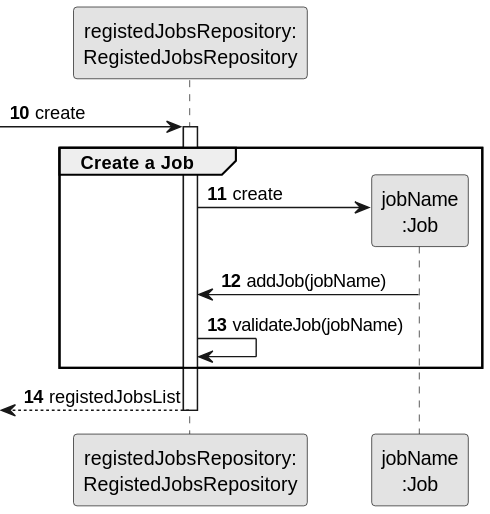
Earlier version of the PlantUML export docs/sprint2/us002/03.design/svg/us002-sequence-diagram-partial-create-job.svg (1231360-ISEP/lei-24-s2-1db-g021). Source of this version:
```plantuml
@startuml
skinparam monochrome true
skinparam packageStyle rectangle
skinparam shadowing false

participant "registedJobsRepository:\nRegistedJobsRepository" as RegistedJobsRepository
participant "jobName\n:Job" as PROFISSAO

autonumber 10
-> RegistedJobsRepository: create
activate RegistedJobsRepository

    group Create a Job

        RegistedJobsRepository -> PROFISSAO**: create
        PROFISSAO -> RegistedJobsRepository: addJob(jobName)

            RegistedJobsRepository -> RegistedJobsRepository: validateJob(jobName)

    end

    <-- RegistedJobsRepository : registedJobsList

deactivate RegistedJobsRepository
@enduml
```
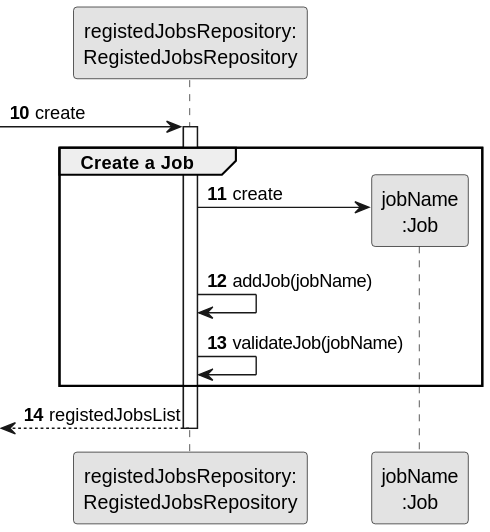
After the commit.

Commit message:
US6 - full sequence diagram

Diff of the diagram source:
```diff
@@ -13,7 +13,7 @@
     group Create a Job
 
         RegistedJobsRepository -> PROFISSAO**: create
-        PROFISSAO -> RegistedJobsRepository: addJob(jobName)
+        RegistedJobsRepository -> RegistedJobsRepository: addJob(jobName)
 
             RegistedJobsRepository -> RegistedJobsRepository: validateJob(jobName)
 
```
